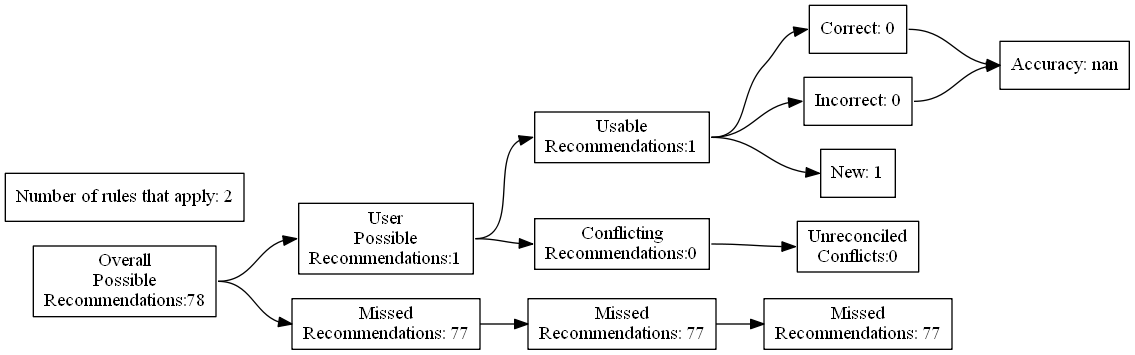
This is test_renders/109.gv.png from ZaxR/ibd_diet_analysis, a Graphviz export, as it was before one commit. Its source is kept beside it as test_renders/109.gv.
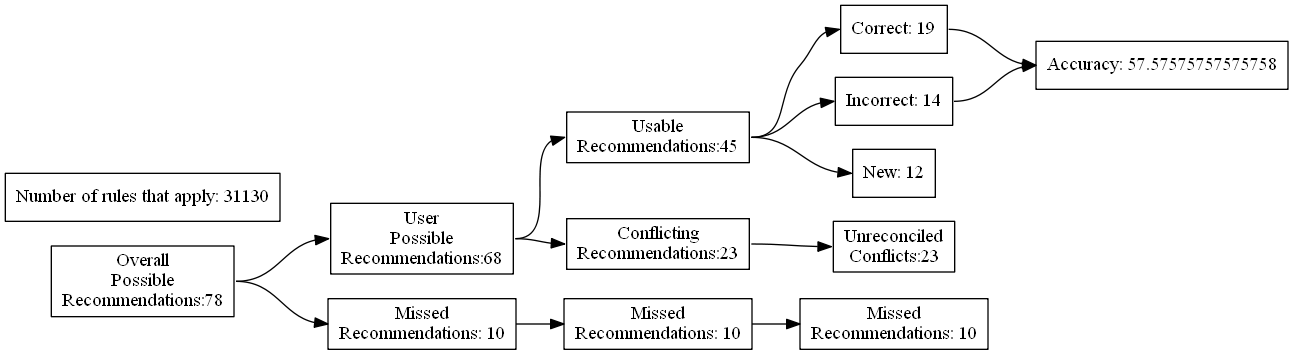
The same diagram one commit later.

Diff of the diagram source:
```diff
@@ -7,24 +7,24 @@
 Recommendations:78"]
 		B [label="User
 Possible
-Recommendations:1"]
+Recommendations:68"]
 		C [label="Missed
-Recommendations: 77"]
+Recommendations: 10"]
 		D [label="Usable
-Recommendations:1"]
+Recommendations:45"]
 		E [label="Conflicting
-Recommendations:0"]
+Recommendations:23"]
 		J [label="Missed
-Recommendations: 77"]
+Recommendations: 10"]
 		M [label="Unreconciled
-Conflicts:0"]
-		F [label="Correct: 0"]
-		G [label="Incorrect: 0"]
-		H [label="New: 1"]
+Conflicts:23"]
+		F [label="Correct: 19"]
+		G [label="Incorrect: 14"]
+		H [label="New: 12"]
 		K [label="Missed
-Recommendations: 77"]
-		I [label="Accuracy: nan"]
-		l [label="Number of rules that apply: 2"]
+Recommendations: 10"]
+		I [label="Accuracy: 57.57575757575758"]
+		l [label="Number of rules that apply: 31130"]
 			A -> B
 			A -> C
 			B -> D
```
